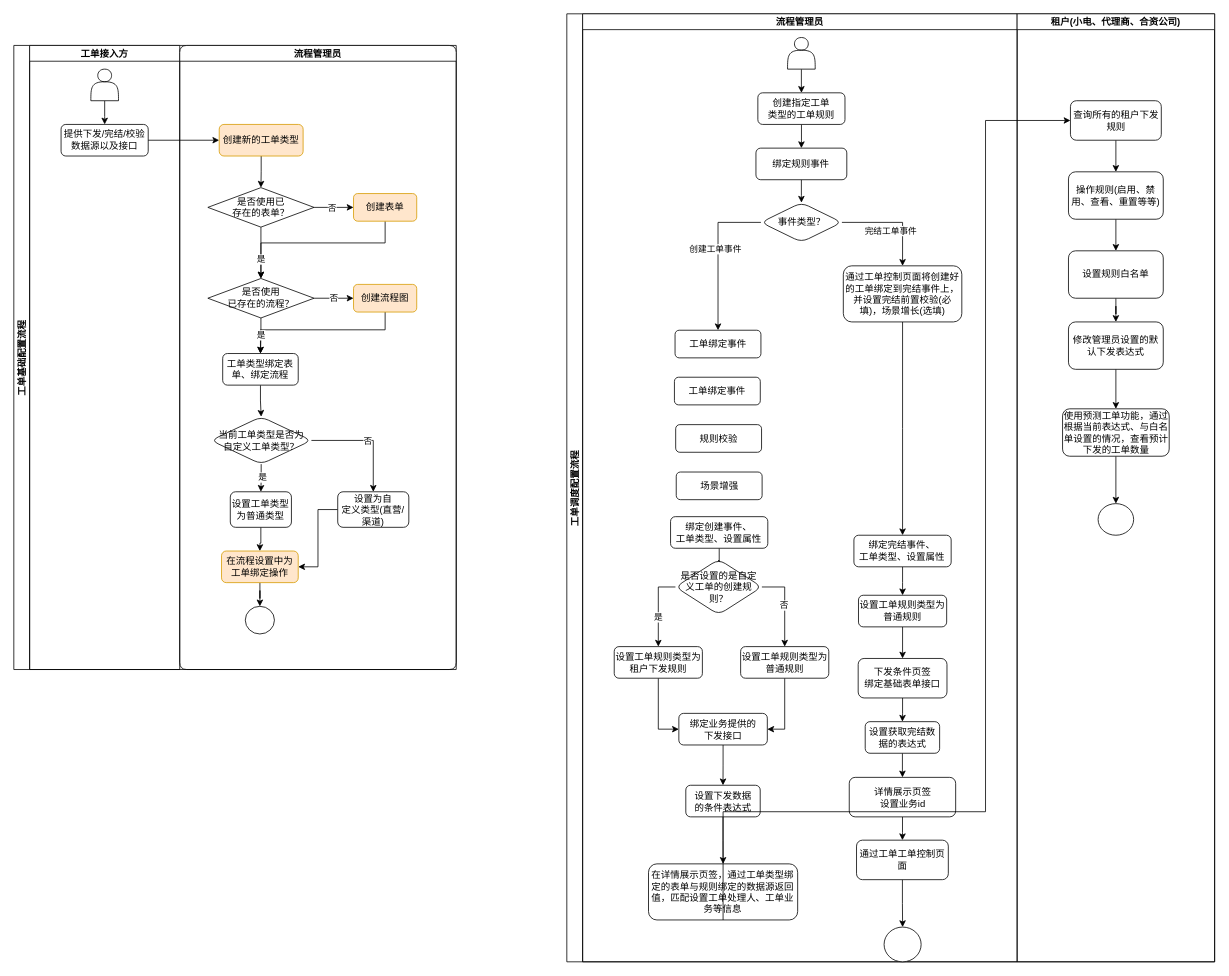
The draw.io diagram 工单配置流程.drawio in 330129161/draw.io, before the edit. Source tidied: cells renumbered, new cells numbered last; positions are measured from the earlier drawing's top-left corner, leaving out a move shared by most shapes. Both pictures are drawn from the tidied source at 79%, with x=0, y=0 at pixel (13, 13).
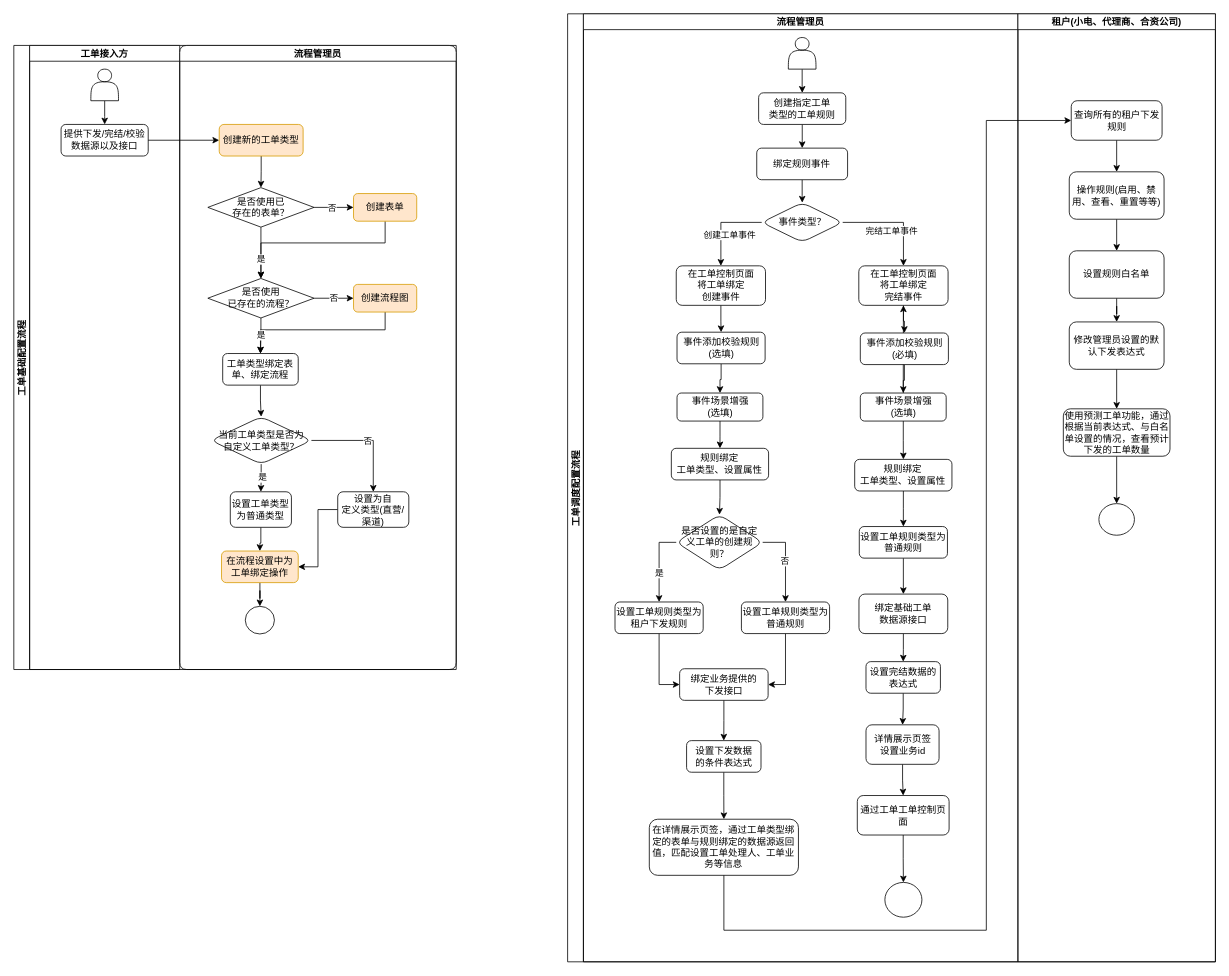
Above is the later version.

Commit message:
更新工单配置流程.drawio

Unchanged cells that the change refers to:
```xml
<mxCell id="3" value="流程管理员" style="swimlane;startSize=20;" parent="2" vertex="1">
  <mxGeometry x="20" width="550" height="1200" as="geometry" />
</mxCell>
<mxCell id="14" value="事件类型？" style="rhombus;whiteSpace=wrap;html=1;rounded=1;" parent="3" vertex="1">
  <mxGeometry x="225.7" y="239" width="102.5" height="50" as="geometry" />
</mxCell>
<mxCell id="52" value="查询所有的租户下发规则" style="rounded=1;whiteSpace=wrap;html=1;" parent="50" vertex="1">
  <mxGeometry x="67.5" y="110" width="115" height="50" as="geometry" />
</mxCell>
```

Change to the diagram source:
```diff
@@
     <mxCell id="2" value="工单调度配置流程" style="swimlane;startSize=20;horizontal=0;" parent="1" vertex="1">
-      <mxGeometry x="700" width="820" height="1200" as="geometry" />
+      <mxGeometry x="701" width="820" height="1200" as="geometry" />
     </mxCell>
@@
-    <mxCell id="12" style="edgeStyle=orthogonalEdgeStyle;rounded=0;jettySize=auto;html=1;entryX=0.5;entryY=0;entryDx=0;entryDy=0;exitX=1;exitY=0.5;exitDx=0;exitDy=0;" parent="3" edge="1" source="14" target="16">
+    <mxCell id="12" style="edgeStyle=orthogonalEdgeStyle;rounded=0;jettySize=auto;html=1;exitX=1;exitY=0.5;exitDx=0;exitDy=0;" parent="3" edge="1" source="14" target="108">
       <mxGeometry relative="1" as="geometry" />
     </mxCell>
@@
-    <mxCell id="15" style="edgeStyle=orthogonalEdgeStyle;rounded=0;jettySize=auto;html=1;" parent="3" edge="1" source="16" target="20">
-      <mxGeometry relative="1" as="geometry" />
-    </mxCell>
-    <mxCell id="16" value="通过工单控制页面将创建好的工单绑定到完结事件上，&lt;br&gt;并设置完结前置校验(必填)，场景增长(选填)" style="whiteSpace=wrap;html=1;rounded=1;" parent="3" vertex="1">
-      <mxGeometry x="330" y="319" width="150" height="71" as="geometry" />
-    </mxCell>
@@
-    <mxCell id="18" value="绑定创建事件、&lt;br&gt;工单类型、设置属性" style="whiteSpace=wrap;html=1;rounded=1;" parent="3" vertex="1">
-      <mxGeometry x="111.3" y="636.5" width="123.1" height="40" as="geometry" />
+    <mxCell id="18" value="规则绑定&lt;br&gt;工单类型、设置属性" style="whiteSpace=wrap;html=1;rounded=1;" parent="3" vertex="1">
+      <mxGeometry x="111.3" y="550" width="123.1" height="40" as="geometry" />
     </mxCell>
@@
-    <mxCell id="20" value="绑定完结事件、&lt;br&gt;工单类型、设置属性" style="whiteSpace=wrap;html=1;rounded=1;" parent="3" vertex="1">
-      <mxGeometry x="343.4" y="660" width="123.1" height="40" as="geometry" />
+    <mxCell id="20" value="规则绑定&lt;br&gt;工单类型、设置属性" style="whiteSpace=wrap;html=1;rounded=1;" parent="3" vertex="1">
+      <mxGeometry x="343.4" y="564" width="123.1" height="40" as="geometry" />
     </mxCell>
@@
     <mxCell id="22" value="设置工单规则类型为租户下发规则" style="whiteSpace=wrap;html=1;rounded=1;" parent="3" vertex="1">
-      <mxGeometry x="40" y="801" width="111.6" height="40" as="geometry" />
+      <mxGeometry x="40" y="744.5" width="111.6" height="40" as="geometry" />
     </mxCell>
@@
     <mxCell id="24" value="设置工单规则类型为普通规则" style="whiteSpace=wrap;html=1;rounded=1;" parent="3" vertex="1">
-      <mxGeometry x="349.2" y="736" width="111.6" height="40" as="geometry" />
+      <mxGeometry x="349.2" y="649" width="111.6" height="40" as="geometry" />
     </mxCell>
@@
     <mxCell id="26" value="绑定业务提供的&lt;br&gt;下发接口" style="whiteSpace=wrap;html=1;rounded=1;" parent="3" vertex="1">
-      <mxGeometry x="121.8" y="885.5" width="112" height="40" as="geometry" />
+      <mxGeometry x="121.8" y="829" width="112" height="40" as="geometry" />
     </mxCell>
@@
     <mxCell id="28" value="设置下发数据&lt;br&gt;的条件表达式" style="whiteSpace=wrap;html=1;rounded=1;" parent="3" vertex="1">
-      <mxGeometry x="130.6" y="976.5" width="94.2" height="40" as="geometry" />
+      <mxGeometry x="130.6" y="920" width="94.2" height="40" as="geometry" />
     </mxCell>
@@
-    <mxCell id="30" value="下发条件页签&lt;br&gt;绑定基础表单接口" style="whiteSpace=wrap;html=1;rounded=1;" parent="3" vertex="1">
-      <mxGeometry x="348.8" y="816" width="112.4" height="50" as="geometry" />
+    <mxCell id="30" value="绑定基础工单&lt;br&gt;数据源接口" style="whiteSpace=wrap;html=1;rounded=1;" parent="3" vertex="1">
+      <mxGeometry x="348.8" y="734.5" width="112.4" height="50" as="geometry" />
     </mxCell>
@@
     <mxCell id="35" value="是否设置的是自定义工单的创建规则？" style="rhombus;whiteSpace=wrap;html=1;rounded=1;" parent="3" vertex="1">
-      <mxGeometry x="117.5" y="690.5" width="109.4" height="70" as="geometry" />
+      <mxGeometry x="117.5" y="634" width="109.4" height="70" as="geometry" />
     </mxCell>
@@
     <mxCell id="37" value="设置工单规则类型为普通规则" style="whiteSpace=wrap;html=1;rounded=1;" parent="3" vertex="1">
-      <mxGeometry x="200" y="801" width="111.6" height="40" as="geometry" />
+      <mxGeometry x="200" y="744.5" width="111.6" height="40" as="geometry" />
     </mxCell>
@@
-    <mxCell id="39" value="设置获取完结数据的表达式" style="whiteSpace=wrap;html=1;rounded=1;" parent="3" vertex="1">
-      <mxGeometry x="357.7" y="896" width="94.2" height="40" as="geometry" />
+    <mxCell id="39" value="设置完结数据的表达式" style="whiteSpace=wrap;html=1;rounded=1;" parent="3" vertex="1">
+      <mxGeometry x="357.7" y="820" width="94.2" height="40" as="geometry" />
     </mxCell>
     <mxCell id="40" value="在详情展示页签，通过工单类型绑定的表单与规则绑定的数据源返回值，匹配设置工单处理人、工单业务等信息" style="whiteSpace=wrap;html=1;rounded=1;" parent="3" vertex="1">
-      <mxGeometry x="83.4" y="1076" width="188.8" height="71" as="geometry" />
+      <mxGeometry x="83.4" y="1019.5" width="188.8" height="71" as="geometry" />
     </mxCell>
@@
     <mxCell id="42" value="详情展示页签&lt;br&gt;设置业务id" style="whiteSpace=wrap;html=1;rounded=1;" parent="3" vertex="1">
-      <mxGeometry x="337.5" y="966.5" width="134.7" height="50" as="geometry" />
+      <mxGeometry x="357.7" y="900" width="92.5" height="50" as="geometry" />
     </mxCell>
@@
     <mxCell id="44" value="通过工单工单控制页面" style="whiteSpace=wrap;html=1;rounded=1;" parent="3" vertex="1">
-      <mxGeometry x="346.7" y="1046" width="116.2" height="50" as="geometry" />
+      <mxGeometry x="346.7" y="989.5" width="116.2" height="50" as="geometry" />
     </mxCell>
     <mxCell id="45" style="ellipse;whiteSpace=wrap;html=1;rounded=1;" parent="3" vertex="1">
-      <mxGeometry x="381.6" y="1156" width="46.9" height="44" as="geometry" />
+      <mxGeometry x="381.6" y="1099.5" width="46.9" height="44" as="geometry" />
     </mxCell>
+    <mxCell id="99" style="edgeStyle=orthogonalEdgeStyle;rounded=0;jettySize=auto;html=1;entryX=0.5;entryY=0;entryDx=0;entryDy=0;" parent="3" edge="1" source="46" target="18">
+      <mxGeometry relative="1" as="geometry" />
+    </mxCell>
-    <mxCell id="46" value="场景增强" style="whiteSpace=wrap;html=1;rounded=1;" parent="3" vertex="1">
-      <mxGeometry x="118.5" y="580" width="108.7" height="35" as="geometry" />
+    <mxCell id="46" value="事件场景增强&lt;br&gt;(选填)" style="whiteSpace=wrap;html=1;rounded=1;" parent="3" vertex="1">
+      <mxGeometry x="118.5" y="480" width="108.7" height="35.5" as="geometry" />
     </mxCell>
-    <mxCell id="47" value="规则校验" style="whiteSpace=wrap;html=1;rounded=1;" parent="3" vertex="1">
-      <mxGeometry x="117.8" y="520" width="108.7" height="35" as="geometry" />
-    </mxCell>
+    <mxCell id="100" style="edgeStyle=orthogonalEdgeStyle;rounded=0;jettySize=auto;html=1;" parent="3" edge="1" source="48" target="46">
+      <mxGeometry relative="1" as="geometry" />
+    </mxCell>
-    <mxCell id="48" value="工单绑定事件" style="whiteSpace=wrap;html=1;rounded=1;" parent="3" vertex="1">
-      <mxGeometry x="116.2" y="460" width="108.7" height="35" as="geometry" />
+    <mxCell id="48" value="事件添加校验规则&lt;br&gt;(选填)" style="whiteSpace=wrap;html=1;rounded=1;" parent="3" vertex="1">
+      <mxGeometry x="118.5" y="403" width="111.5" height="40" as="geometry" />
     </mxCell>
+    <mxCell id="101" style="edgeStyle=orthogonalEdgeStyle;rounded=0;jettySize=auto;html=1;" parent="3" edge="1" source="49" target="48">
+      <mxGeometry relative="1" as="geometry" />
+    </mxCell>
-    <mxCell id="49" value="工单绑定事件" style="whiteSpace=wrap;html=1;rounded=1;" parent="3" vertex="1">
-      <mxGeometry x="117" y="400.5" width="108.7" height="35" as="geometry" />
+    <mxCell id="49" value="在工单控制页面&lt;br&gt;将工单绑定&lt;br&gt;创建事件" style="whiteSpace=wrap;html=1;rounded=1;" parent="3" vertex="1">
+      <mxGeometry x="117.5" y="319" width="113" height="50" as="geometry" />
     </mxCell>
+    <mxCell id="102" style="edgeStyle=orthogonalEdgeStyle;rounded=0;jettySize=auto;html=1;" parent="3" edge="1" source="104" target="20">
+      <mxGeometry relative="1" as="geometry" />
+    </mxCell>
+    <mxCell id="103" style="edgeStyle=orthogonalEdgeStyle;rounded=0;jettySize=auto;html=1;" parent="3" edge="1" source="104" target="108">
+      <mxGeometry relative="1" as="geometry" />
+    </mxCell>
+    <mxCell id="104" value="事件场景增强&lt;br&gt;(选填)" style="whiteSpace=wrap;html=1;rounded=1;" parent="3" vertex="1">
+      <mxGeometry x="350.5" y="480" width="108.7" height="35.5" as="geometry" />
+    </mxCell>
+    <mxCell id="105" style="edgeStyle=orthogonalEdgeStyle;rounded=0;jettySize=auto;html=1;" parent="3" edge="1" source="106" target="104">
+      <mxGeometry relative="1" as="geometry" />
+    </mxCell>
+    <mxCell id="106" value="事件添加校验规则&lt;br&gt;(必填)" style="whiteSpace=wrap;html=1;rounded=1;" parent="3" vertex="1">
+      <mxGeometry x="350.5" y="404" width="111.5" height="40" as="geometry" />
+    </mxCell>
+    <mxCell id="107" style="edgeStyle=orthogonalEdgeStyle;rounded=0;jettySize=auto;html=1;" parent="3" edge="1" source="108" target="106">
+      <mxGeometry relative="1" as="geometry" />
+    </mxCell>
+    <mxCell id="108" value="在工单控制页面&lt;br&gt;将工单绑定&lt;br&gt;完结事件" style="whiteSpace=wrap;html=1;rounded=1;" parent="3" vertex="1">
+      <mxGeometry x="348.6" y="319" width="113" height="50" as="geometry" />
+    </mxCell>
@@
     <mxCell id="62" style="edgeStyle=orthogonalEdgeStyle;rounded=0;jettySize=auto;html=1;entryX=0;entryY=0.5;entryDx=0;entryDy=0;strokeWidth=1;exitX=0.5;exitY=1;exitDx=0;exitDy=0;" parent="2" edge="1" source="40" target="52">
       <mxGeometry relative="1" as="geometry">
         <Array as="points">
-          <mxPoint x="198" y="1010" />
-          <mxPoint x="530" y="1010" />
+          <mxPoint x="198" y="1160" />
+          <mxPoint x="530" y="1160" />
           <mxPoint x="530" y="135" />
         </Array>
       </mxGeometry>
     </mxCell>
```
